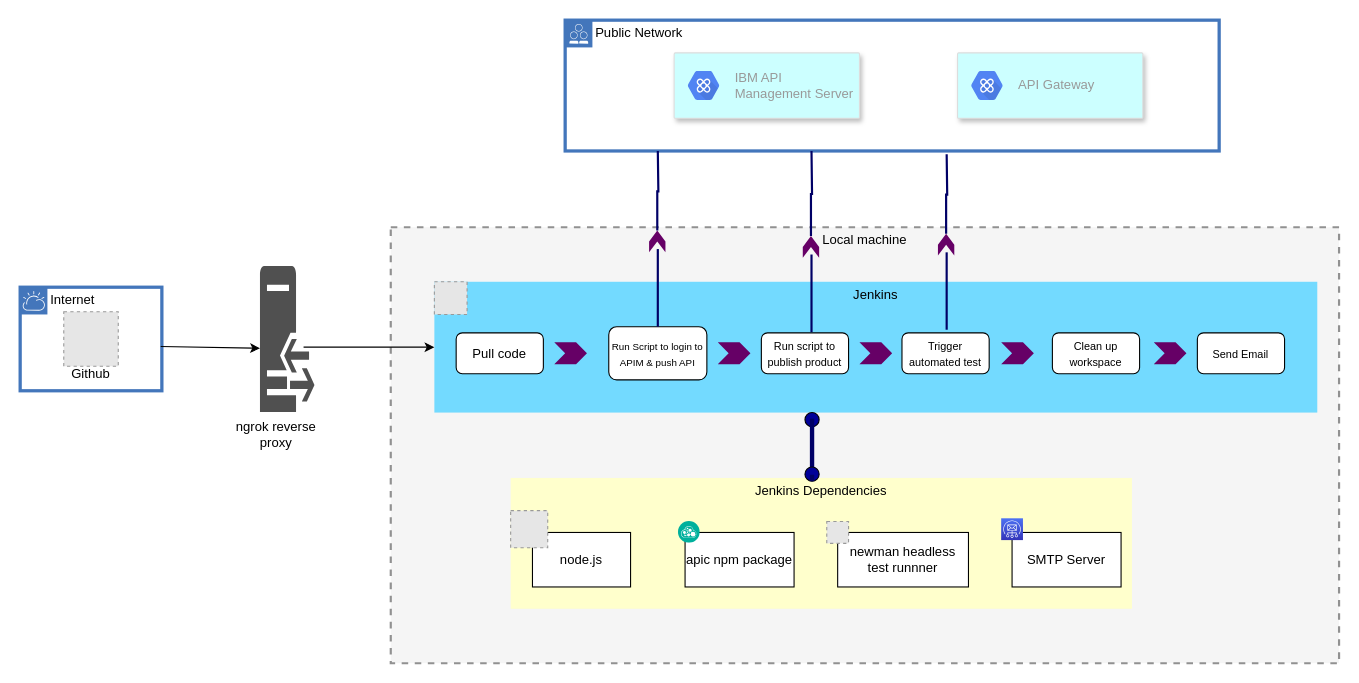
This is Untitled Diagram.drawio from saurabh867/APIConnect, a draw.io file, before an edit. Source tidied: cells renumbered, new cells numbered last; positions are measured from the earlier drawing's top-left corner, leaving out a move shared by most shapes. Both pictures are drawn from the tidied source at 109%, with x=0, y=0 at pixel (20, 20). Pictures stored in the file or linked from it are replaced by grey dashed boxes.
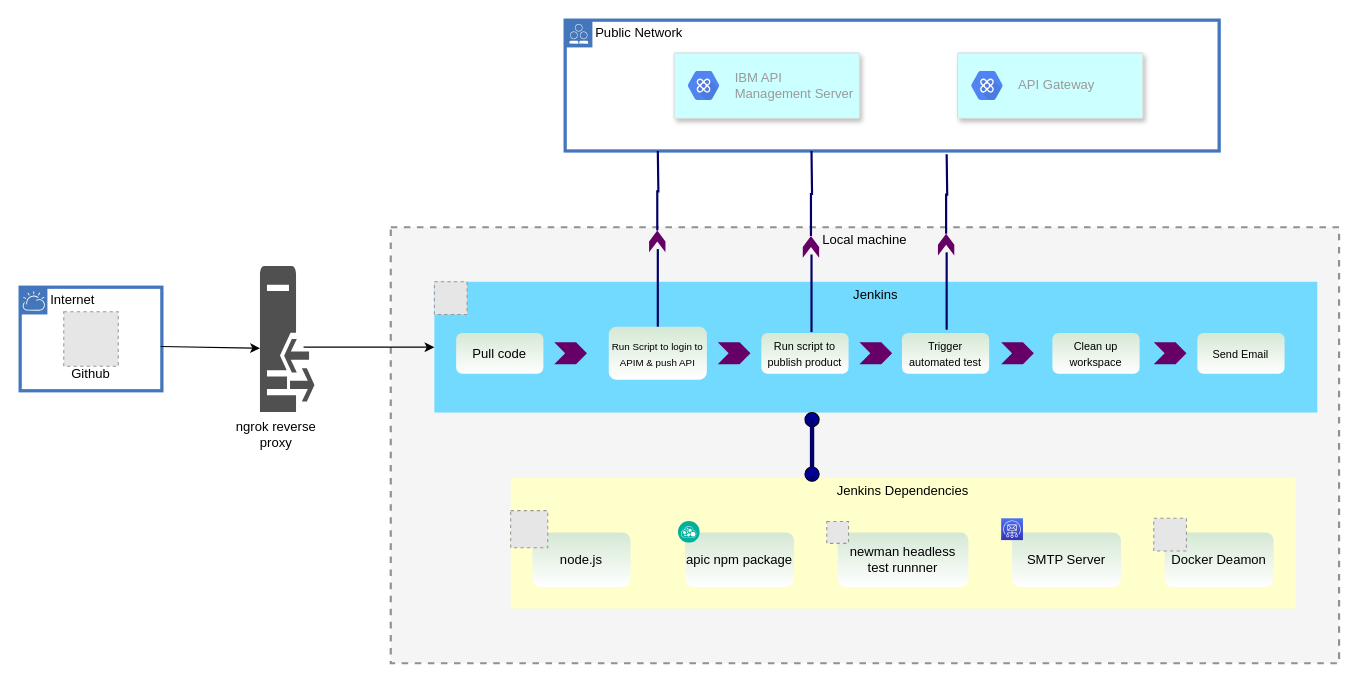
The same diagram, later.

The change refers to these unchanged cells:
```xml
<mxCell id="6" value="Jenkins" style="fontStyle=0;verticalAlign=top;align=center;spacingTop=-2;rounded=0;whiteSpace=wrap;html=1;strokeWidth=1;dashed=0;strokeColor=none;fillColor=#73DAFF;" parent="5" vertex="1">
  <mxGeometry x="40" y="50" width="810" height="120" as="geometry" />
</mxCell>
```

Change to the diagram source:
```diff
@@
-    <mxCell id="7" value="Pull code" style="rounded=1;whiteSpace=wrap;html=1;" parent="6" vertex="1">
+    <mxCell id="7" value="Pull code" style="rounded=1;whiteSpace=wrap;html=1;fillColor=#D5E8D4;strokeColor=none;gradientColor=#ffffff;" parent="6" vertex="1">
       <mxGeometry x="20" y="46.9" width="80" height="37.5" as="geometry" />
     </mxCell>
-    <mxCell id="8" value="&lt;font style=&quot;font-size: 9px&quot;&gt;Run Script to login to APIM &amp;amp; push API&lt;/font&gt;" style="rounded=1;whiteSpace=wrap;html=1;" parent="6" vertex="1">
+    <mxCell id="8" value="&lt;font style=&quot;font-size: 9px&quot;&gt;Run Script to login to APIM &amp;amp; push API&lt;/font&gt;" style="rounded=1;whiteSpace=wrap;html=1;strokeColor=none;fillColor=#D5E8D4;gradientColor=#ffffff;" parent="6" vertex="1">
       <mxGeometry x="160" y="41.2" width="90" height="48.8" as="geometry" />
     </mxCell>
@@
-    <mxCell id="10" value="&lt;font style=&quot;font-size: 10px&quot;&gt;Run script to publish product&lt;/font&gt;" style="rounded=1;whiteSpace=wrap;html=1;" parent="6" vertex="1">
+    <mxCell id="10" value="&lt;font style=&quot;font-size: 10px&quot;&gt;Run script to publish product&lt;/font&gt;" style="rounded=1;whiteSpace=wrap;html=1;strokeColor=none;fillColor=#D5E8D4;gradientColor=#ffffff;" parent="6" vertex="1">
       <mxGeometry x="300" y="46.9" width="80" height="37.5" as="geometry" />
     </mxCell>
-    <mxCell id="11" value="&lt;font style=&quot;font-size: 10px&quot;&gt;Trigger automated test&lt;/font&gt;" style="rounded=1;whiteSpace=wrap;html=1;" parent="6" vertex="1">
+    <mxCell id="11" value="&lt;font style=&quot;font-size: 10px&quot;&gt;Trigger automated test&lt;/font&gt;" style="rounded=1;whiteSpace=wrap;html=1;strokeColor=none;fillColor=#D5E8D4;gradientColor=#ffffff;" parent="6" vertex="1">
       <mxGeometry x="429" y="46.9" width="80" height="37.5" as="geometry" />
     </mxCell>
-    <mxCell id="12" value="&lt;font style=&quot;font-size: 10px&quot;&gt;Clean up workspace&lt;/font&gt;" style="rounded=1;whiteSpace=wrap;html=1;" parent="6" vertex="1">
+    <mxCell id="12" value="&lt;font style=&quot;font-size: 10px&quot;&gt;Clean up workspace&lt;/font&gt;" style="rounded=1;whiteSpace=wrap;html=1;strokeColor=none;fillColor=#D5E8D4;gradientColor=#ffffff;" parent="6" vertex="1">
       <mxGeometry x="567" y="46.9" width="80" height="37.5" as="geometry" />
     </mxCell>
-    <mxCell id="13" value="&lt;font style=&quot;font-size: 10px&quot;&gt;Send Email&lt;/font&gt;" style="rounded=1;whiteSpace=wrap;html=1;" parent="6" vertex="1">
+    <mxCell id="13" value="&lt;font style=&quot;font-size: 10px&quot;&gt;Send Email&lt;/font&gt;" style="rounded=1;whiteSpace=wrap;html=1;strokeColor=none;fillColor=#D5E8D4;gradientColor=#ffffff;" parent="6" vertex="1">
       <mxGeometry x="700" y="46.9" width="80" height="37.5" as="geometry" />
     </mxCell>
@@
     <mxCell id="20" value="Jenkins Dependencies" style="fontStyle=0;verticalAlign=top;align=center;spacingTop=-2;rounded=0;whiteSpace=wrap;html=1;strokeWidth=1;dashed=0;fillColor=#FFFFCC;strokeColor=none;" parent="1" vertex="1">
-      <mxGeometry x="450" y="420" width="570" height="120" as="geometry" />
+      <mxGeometry x="450" y="420" width="720" height="120" as="geometry" />
     </mxCell>
-    <mxCell id="21" value="node.js" style="rounded=0;whiteSpace=wrap;html=1;" parent="20" vertex="1">
+    <mxCell id="21" value="node.js" style="rounded=1;whiteSpace=wrap;html=1;strokeColor=none;fillColor=#D5E8D4;gradientColor=#ffffff;" parent="20" vertex="1">
       <mxGeometry x="20" y="50" width="90" height="50" as="geometry" />
     </mxCell>
-    <mxCell id="22" value="apic npm package" style="rounded=0;whiteSpace=wrap;html=1;" parent="20" vertex="1">
+    <mxCell id="22" value="apic npm package" style="rounded=1;whiteSpace=wrap;html=1;strokeColor=none;fillColor=#D5E8D4;gradientColor=#ffffff;" parent="20" vertex="1">
       <mxGeometry x="160" y="50" width="100" height="50" as="geometry" />
     </mxCell>
-    <mxCell id="23" value="newman headless test runnner" style="rounded=0;whiteSpace=wrap;html=1;" parent="20" vertex="1">
+    <mxCell id="23" value="newman headless test runnner" style="rounded=1;whiteSpace=wrap;html=1;strokeColor=none;fillColor=#D5E8D4;gradientColor=#ffffff;" parent="20" vertex="1">
       <mxGeometry x="300" y="50" width="120" height="50" as="geometry" />
     </mxCell>
@@
-    <mxCell id="27" value="SMTP Server" style="rounded=0;whiteSpace=wrap;html=1;" parent="20" vertex="1">
+    <mxCell id="27" value="SMTP Server" style="rounded=1;whiteSpace=wrap;html=1;strokeColor=none;fillColor=#D5E8D4;gradientColor=#ffffff;" parent="20" vertex="1">
       <mxGeometry x="460" y="50" width="100" height="50" as="geometry" />
     </mxCell>
@@
+    <mxCell id="50" value="Docker Deamon" style="rounded=1;whiteSpace=wrap;html=1;strokeColor=none;fillColor=#D5E8D4;gradientColor=#ffffff;" parent="20" vertex="1">
+      <mxGeometry x="600" y="50" width="100" height="50" as="geometry" />
+    </mxCell>
+    <mxCell id="51" style="fillColor=#E6E6E6;strokeColor=#999999;dashed=1;html=1;verticalAlign=top;verticalLabelPosition=bottom;labelBackgroundColor=#ffffff;" parent="20" vertex="1">
+      <mxGeometry x="590" y="37" width="30" height="30" as="geometry" />
+    </mxCell>
```
